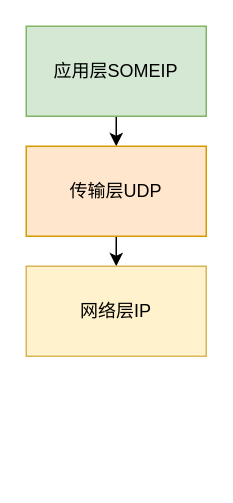
Sahala08/DrawIO_File keeps this draw.io diagram as pcap.drawio. Above is the earlier version. Source tidied: cells renumbered, new cells numbered last; positions are measured from the earlier drawing's top-left corner, leaving out a move shared by most shapes. Both pictures are drawn from the tidied source at 150%, with x=0, y=0 at pixel (26, 26).
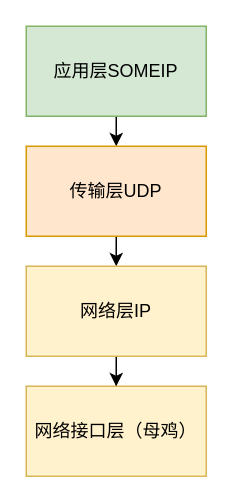
The same page after the edit.

Change to the diagram source:
```diff
@@
 <mxGraphModel>
   <root>
     <mxCell id="0" />
     <mxCell id="1" parent="0" />
     <mxCell id="2" style="edgeStyle=orthogonalEdgeStyle;rounded=0;jettySize=auto;html=1;exitX=0.5;exitY=1;exitDx=0;exitDy=0;entryX=0.5;entryY=0;entryDx=0;entryDy=0;" parent="1" edge="1" source="3" target="5">
       <mxGeometry relative="1" as="geometry" />
     </mxCell>
     <mxCell id="3" value="应用层SOMEIP" style="rounded=0;whiteSpace=wrap;html=1;fillColor=#d5e8d4;strokeColor=#82b366;" parent="1" vertex="1">
       <mxGeometry width="120" height="60" as="geometry" />
     </mxCell>
     <mxCell id="4" style="edgeStyle=orthogonalEdgeStyle;rounded=0;jettySize=auto;html=1;exitX=0.5;exitY=1;exitDx=0;exitDy=0;entryX=0.5;entryY=0;entryDx=0;entryDy=0;" parent="1" edge="1" source="5" target="6">
       <mxGeometry relative="1" as="geometry" />
     </mxCell>
     <mxCell id="5" value="传输层UDP" style="rounded=0;whiteSpace=wrap;html=1;fillColor=#ffe6cc;strokeColor=#d79b00;" parent="1" vertex="1">
       <mxGeometry y="80" width="120" height="60" as="geometry" />
     </mxCell>
+    <mxCell id="7" style="edgeStyle=orthogonalEdgeStyle;rounded=0;jettySize=auto;html=1;exitX=0.5;exitY=1;exitDx=0;exitDy=0;" parent="1" edge="1" source="6" target="8">
+      <mxGeometry relative="1" as="geometry" />
+    </mxCell>
     <mxCell id="6" value="网络层IP" style="rounded=0;whiteSpace=wrap;html=1;fillColor=#fff2cc;strokeColor=#d6b656;" parent="1" vertex="1">
       <mxGeometry y="160" width="120" height="60" as="geometry" />
     </mxCell>
+    <mxCell id="8" value="网络接口层（母鸡）" style="rounded=0;whiteSpace=wrap;html=1;fillColor=#fff2cc;strokeColor=#d6b656;" parent="1" vertex="1">
+      <mxGeometry y="240" width="120" height="60" as="geometry" />
+    </mxCell>
   </root>
 </mxGraphModel>
```
